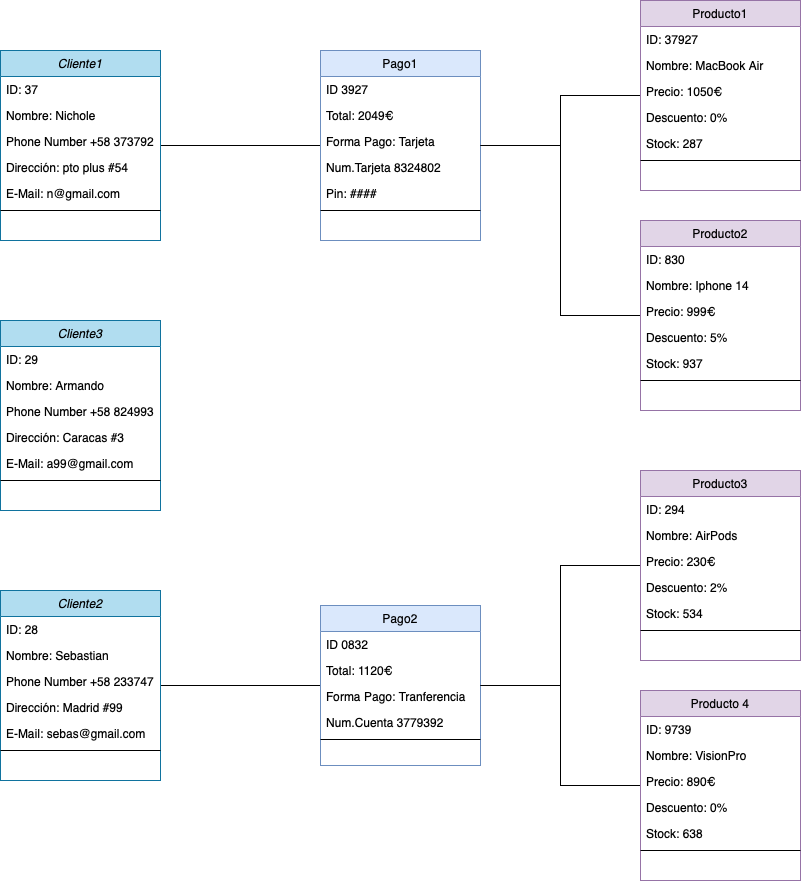
The draw.io diagram Tema2/DiagramasObjetos/img/tienda_linea.drawio.png in nicholelouis/ETS, before a commit. Source tidied: cells renumbered, new cells last; positions are measured from the earlier drawing's top-left corner, leaving out a move shared by most shapes.
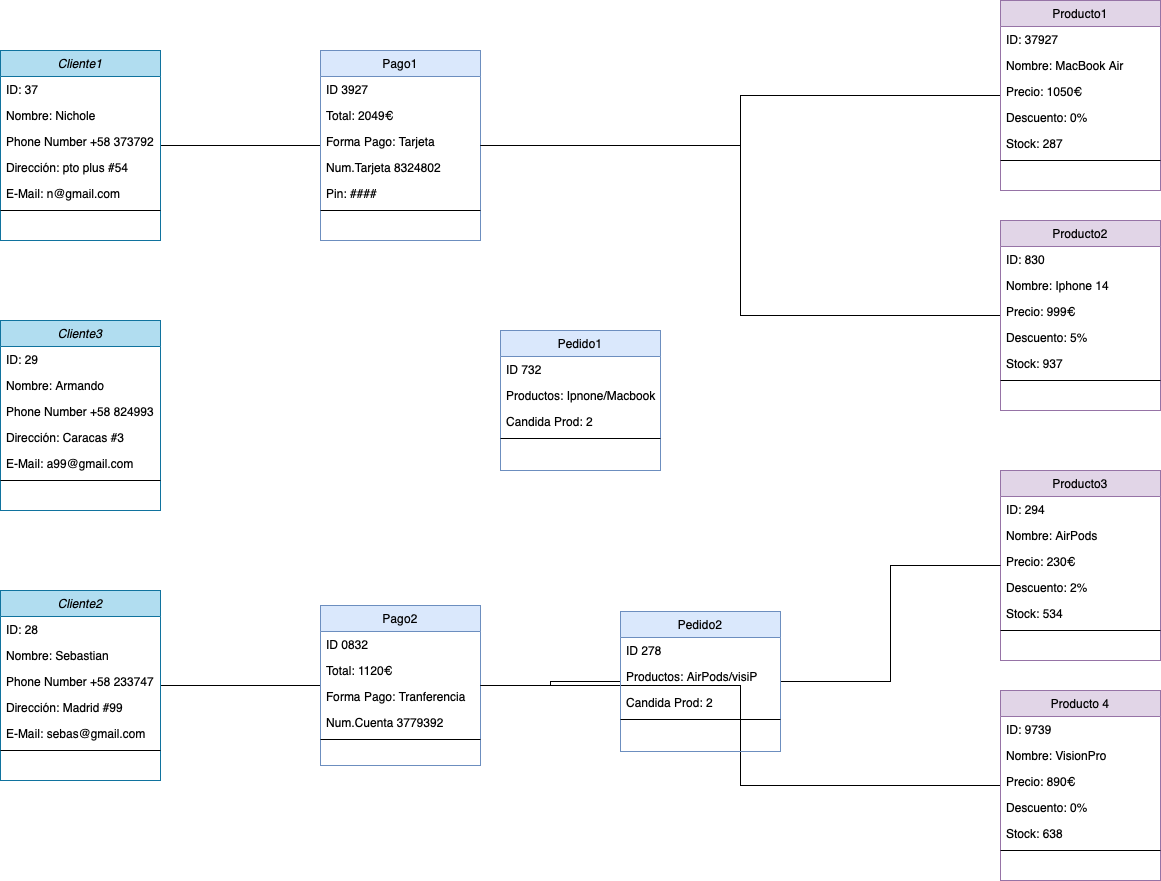
After the change.

Diff of the diagram source:
```diff
@@ -51,7 +51,7 @@
       <mxGeometry relative="1" as="geometry" />
     </mxCell>
     <mxCell id="18" value="Producto1" style="swimlane;fontStyle=0;align=center;verticalAlign=top;horizontal=1;startSize=26;rounded=0;shadow=0;strokeWidth=1;fillColor=#e1d5e7;strokeColor=#9673a6;" parent="1" vertex="1">
-      <mxGeometry x="640" width="160" height="190" as="geometry" />
+      <mxGeometry x="1000" width="160" height="190" as="geometry" />
     </mxCell>
     <mxCell id="19" value="ID: 37927" style="text;align=left;verticalAlign=top;spacingLeft=4;spacingRight=4;overflow=hidden;" parent="18" vertex="1">
       <mxGeometry y="26" width="160" height="26" as="geometry" />
@@ -138,7 +138,7 @@
       <mxGeometry relative="1" as="geometry" />
     </mxCell>
     <mxCell id="47" value="Producto2" style="swimlane;fontStyle=0;align=center;verticalAlign=top;horizontal=1;startSize=26;rounded=0;shadow=0;strokeWidth=1;fillColor=#e1d5e7;strokeColor=#9673a6;" parent="1" vertex="1">
-      <mxGeometry x="640" y="220" width="160" height="190" as="geometry" />
+      <mxGeometry x="1000" y="220" width="160" height="190" as="geometry" />
     </mxCell>
     <mxCell id="48" value="ID: 830" style="text;align=left;verticalAlign=top;spacingLeft=4;spacingRight=4;overflow=hidden;" parent="47" vertex="1">
       <mxGeometry y="26" width="160" height="26" as="geometry" />
@@ -158,11 +158,11 @@
     <mxCell id="53" style="line;html=1;strokeWidth=1;align=left;verticalAlign=middle;spacingTop=-1;spacingLeft=3;spacingRight=3;labelPosition=right;" parent="47" vertex="1">
       <mxGeometry y="156" width="160" height="8" as="geometry" />
     </mxCell>
-    <mxCell id="54" style="edgeStyle=orthogonalEdgeStyle;rounded=0;jettySize=auto;html=1;endArrow=none;endFill=0;" parent="1" edge="1" source="55" target="40">
+    <mxCell id="54" style="edgeStyle=orthogonalEdgeStyle;rounded=0;jettySize=auto;html=1;endArrow=none;endFill=0;" parent="1" edge="1" source="76" target="40">
       <mxGeometry relative="1" as="geometry" />
     </mxCell>
     <mxCell id="55" value="Producto3" style="swimlane;fontStyle=0;align=center;verticalAlign=top;horizontal=1;startSize=26;rounded=0;shadow=0;strokeWidth=1;fillColor=#e1d5e7;strokeColor=#9673a6;" parent="1" vertex="1">
-      <mxGeometry x="640" y="470" width="160" height="190" as="geometry" />
+      <mxGeometry x="1000" y="470" width="160" height="190" as="geometry" />
     </mxCell>
     <mxCell id="56" value="ID: 294" style="text;align=left;verticalAlign=top;spacingLeft=4;spacingRight=4;overflow=hidden;" parent="55" vertex="1">
       <mxGeometry y="26" width="160" height="26" as="geometry" />
@@ -186,7 +186,7 @@
       <mxGeometry relative="1" as="geometry" />
     </mxCell>
     <mxCell id="63" value="Producto 4" style="swimlane;fontStyle=0;align=center;verticalAlign=top;horizontal=1;startSize=26;rounded=0;shadow=0;strokeWidth=1;fillColor=#e1d5e7;strokeColor=#9673a6;" parent="1" vertex="1">
-      <mxGeometry x="640" y="690" width="160" height="190" as="geometry" />
+      <mxGeometry x="1000" y="690" width="160" height="190" as="geometry" />
     </mxCell>
     <mxCell id="64" value="ID: 9739" style="text;align=left;verticalAlign=top;spacingLeft=4;spacingRight=4;overflow=hidden;" parent="63" vertex="1">
       <mxGeometry y="26" width="160" height="26" as="geometry" />
@@ -206,5 +206,38 @@
     <mxCell id="69" style="line;html=1;strokeWidth=1;align=left;verticalAlign=middle;spacingTop=-1;spacingLeft=3;spacingRight=3;labelPosition=right;" parent="63" vertex="1">
       <mxGeometry y="156" width="160" height="8" as="geometry" />
     </mxCell>
+    <mxCell id="70" value="Pedido1" style="swimlane;fontStyle=0;align=center;verticalAlign=top;horizontal=1;startSize=26;rounded=0;shadow=0;strokeWidth=1;fillColor=#dae8fc;strokeColor=#6c8ebf;" parent="1" vertex="1">
+      <mxGeometry x="500" y="330" width="160" height="140" as="geometry" />
+    </mxCell>
+    <mxCell id="71" value="ID 732" style="text;align=left;verticalAlign=top;spacingLeft=4;spacingRight=4;overflow=hidden;" parent="70" vertex="1">
+      <mxGeometry y="26" width="160" height="26" as="geometry" />
+    </mxCell>
+    <mxCell id="72" value="Productos: Ipnone/Macbook" style="text;align=left;verticalAlign=top;spacingLeft=4;spacingRight=4;overflow=hidden;" parent="70" vertex="1">
+      <mxGeometry y="52" width="160" height="26" as="geometry" />
+    </mxCell>
+    <mxCell id="73" value="Candida Prod: 2" style="text;align=left;verticalAlign=top;spacingLeft=4;spacingRight=4;overflow=hidden;" parent="70" vertex="1">
+      <mxGeometry y="78" width="160" height="26" as="geometry" />
+    </mxCell>
+    <mxCell id="74" style="line;html=1;strokeWidth=1;align=left;verticalAlign=middle;spacingTop=-1;spacingLeft=3;spacingRight=3;labelPosition=right;" parent="70" vertex="1">
+      <mxGeometry y="104" width="160" height="8" as="geometry" />
+    </mxCell>
+    <mxCell id="75" style="edgeStyle=orthogonalEdgeStyle;rounded=0;jettySize=auto;html=1;endArrow=none;endFill=0;" parent="1" edge="1" source="55" target="76">
+      <mxGeometry relative="1" as="geometry" />
+    </mxCell>
+    <mxCell id="76" value="Pedido2" style="swimlane;fontStyle=0;align=center;verticalAlign=top;horizontal=1;startSize=26;rounded=0;shadow=0;strokeWidth=1;fillColor=#dae8fc;strokeColor=#6c8ebf;" parent="1" vertex="1">
+      <mxGeometry x="620" y="611" width="160" height="140" as="geometry" />
+    </mxCell>
+    <mxCell id="77" value="ID 278" style="text;align=left;verticalAlign=top;spacingLeft=4;spacingRight=4;overflow=hidden;" parent="76" vertex="1">
+      <mxGeometry y="26" width="160" height="26" as="geometry" />
+    </mxCell>
+    <mxCell id="78" value="Productos: AirPods/visiP" style="text;align=left;verticalAlign=top;spacingLeft=4;spacingRight=4;overflow=hidden;" parent="76" vertex="1">
+      <mxGeometry y="52" width="160" height="26" as="geometry" />
+    </mxCell>
+    <mxCell id="79" value="Candida Prod: 2" style="text;align=left;verticalAlign=top;spacingLeft=4;spacingRight=4;overflow=hidden;" parent="76" vertex="1">
+      <mxGeometry y="78" width="160" height="26" as="geometry" />
+    </mxCell>
+    <mxCell id="80" style="line;html=1;strokeWidth=1;align=left;verticalAlign=middle;spacingTop=-1;spacingLeft=3;spacingRight=3;labelPosition=right;" parent="76" vertex="1">
+      <mxGeometry y="104" width="160" height="8" as="geometry" />
+    </mxCell>
   </root>
 </mxGraphModel>
```
